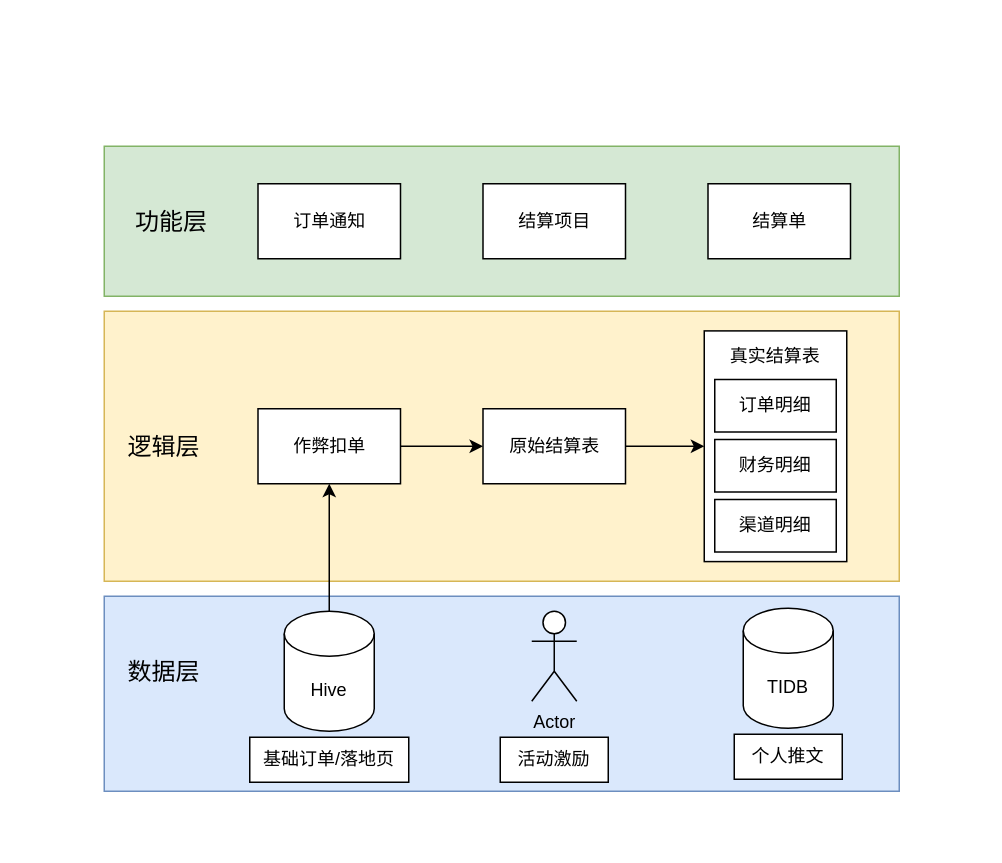
This is 结算架构.drawio from WTongStudio/draw.io, a draw.io file, before an edit. Source tidied: cells renumbered, new cells numbered last; positions are measured from the earlier drawing's top-left corner, leaving out a move shared by most shapes. Both pictures are drawn from the tidied source at 150%, with x=0, y=0 at pixel (104, 146).
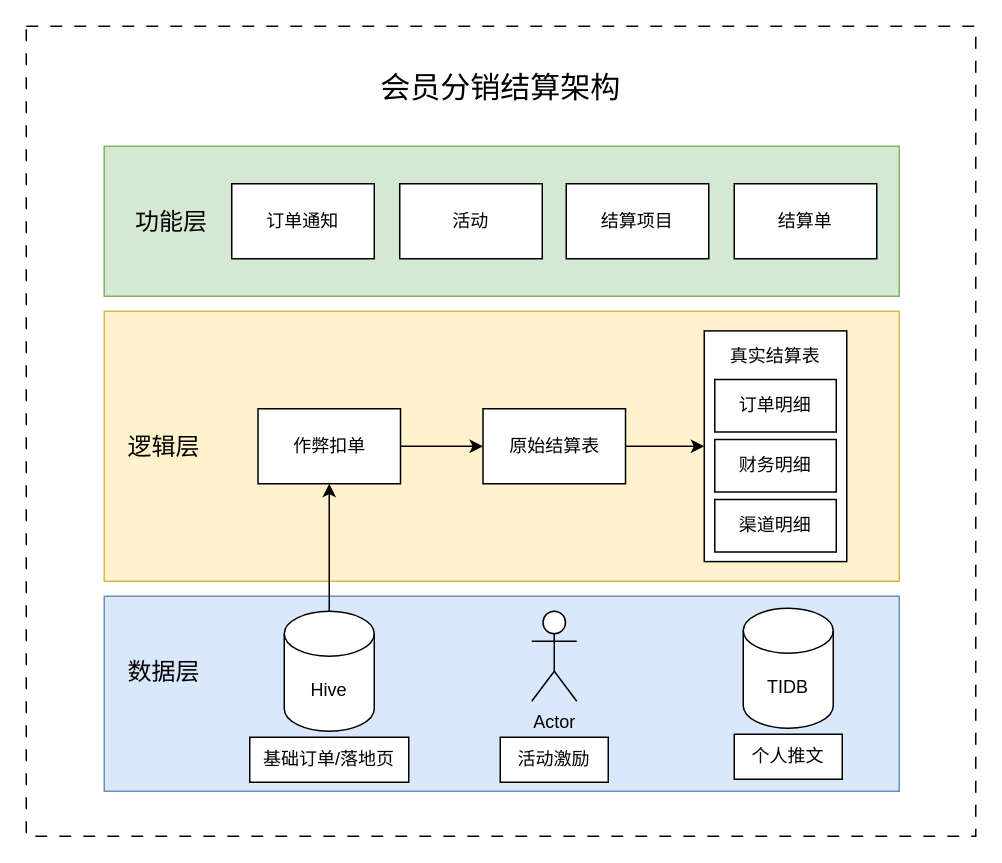
The same diagram, later.

Commit message (it also covers changes not shown here):
更新结算架构.drawio

Diff of the diagram source:
```diff
@@
+    <mxCell id="27" style="rounded=0;whiteSpace=wrap;html=1;dashed=1;dashPattern=8 8;" parent="1" vertex="1">
+      <mxGeometry x="-52" y="-80" width="633" height="540" as="geometry" />
+    </mxCell>
@@
     <mxCell id="22" value="结算项目" style="rounded=0;whiteSpace=wrap;html=1;" parent="1" vertex="1">
-      <mxGeometry x="252.5" y="25" width="95" height="50" as="geometry" />
+      <mxGeometry x="308" y="25" width="95" height="50" as="geometry" />
     </mxCell>
     <mxCell id="23" value="结算单" style="rounded=0;whiteSpace=wrap;html=1;" parent="1" vertex="1">
-      <mxGeometry x="402.5" y="25" width="95" height="50" as="geometry" />
+      <mxGeometry x="420" y="25" width="95" height="50" as="geometry" />
     </mxCell>
@@
     <mxCell id="26" value="订单通知" style="rounded=0;whiteSpace=wrap;html=1;" parent="1" vertex="1">
-      <mxGeometry x="102.5" y="25" width="95" height="50" as="geometry" />
+      <mxGeometry x="85" y="25" width="95" height="50" as="geometry" />
     </mxCell>
+    <mxCell id="28" value="&lt;font style=&quot;font-size: 20px;&quot;&gt;会员分销结算架构&lt;/font&gt;" style="text;html=1;strokeColor=none;fillColor=none;align=center;verticalAlign=middle;whiteSpace=wrap;rounded=0;" parent="1" vertex="1">
+      <mxGeometry x="164" y="-60" width="201" height="40" as="geometry" />
+    </mxCell>
+    <mxCell id="29" value="活动" style="rounded=0;whiteSpace=wrap;html=1;" parent="1" vertex="1">
+      <mxGeometry x="197" y="25" width="95" height="50" as="geometry" />
+    </mxCell>
```
